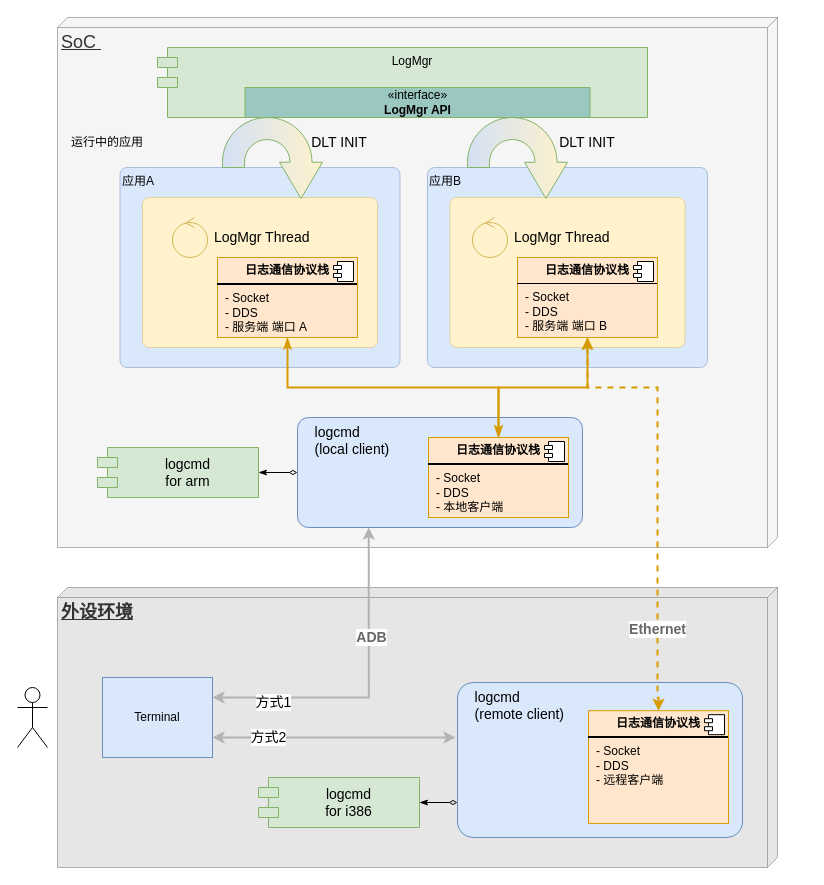
This is logcmd.drawio from luzizheng/diagrams, a draw.io file, before an edit. Source tidied: cells renumbered, new cells numbered last; positions are measured from the earlier drawing's top-left corner, leaving out a move shared by most shapes. Both pictures are drawn from the tidied source at 100%, with x=0, y=0 at pixel (17, 17).
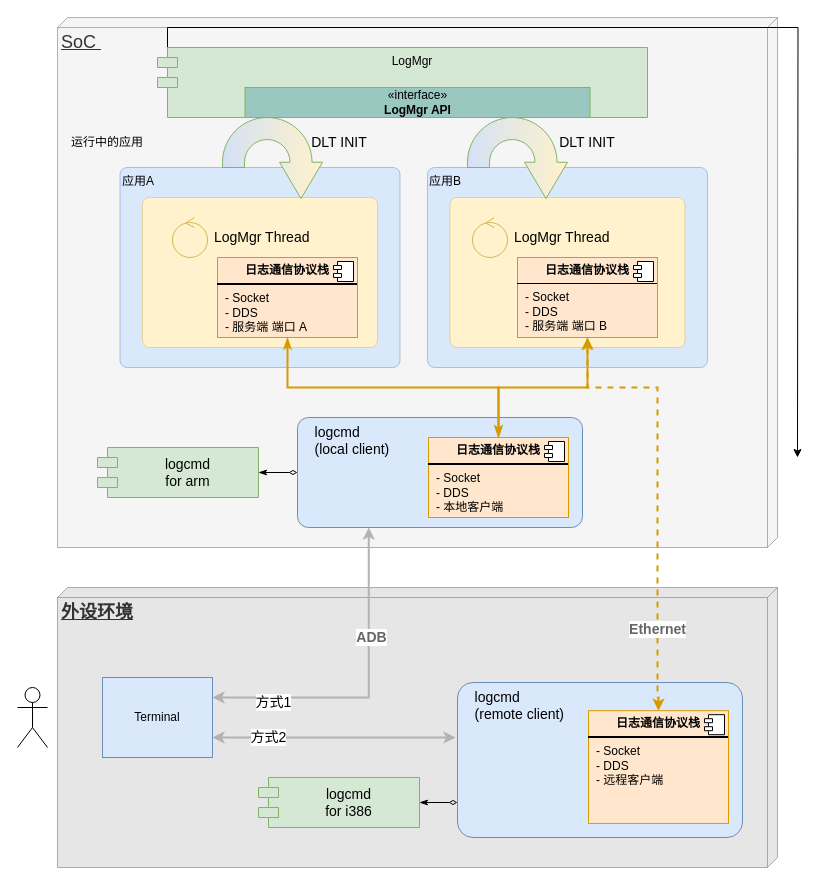
The same diagram, later.

Unchanged cells that the change refers to:
```xml
<mxCell id="39" value="LogMgr" style="shape=module;align=left;spacingLeft=20;align=center;verticalAlign=top;whiteSpace=wrap;html=1;fillColor=#d5e8d4;strokeColor=#82b366;" parent="1" vertex="1">
  <mxGeometry x="140" y="30" width="490" height="70" as="geometry" />
</mxCell>
```

Diff of the diagram source:
```diff
@@
+    <mxCell id="46" style="edgeStyle=orthogonalEdgeStyle;rounded=0;jettySize=auto;html=1;exitX=0;exitY=0;exitDx=10;exitDy=0;exitPerimeter=0;" parent="1" edge="1" source="39">
+      <mxGeometry relative="1" as="geometry">
+        <mxPoint x="780" y="440" as="targetPoint" />
+      </mxGeometry>
+    </mxCell>
```
